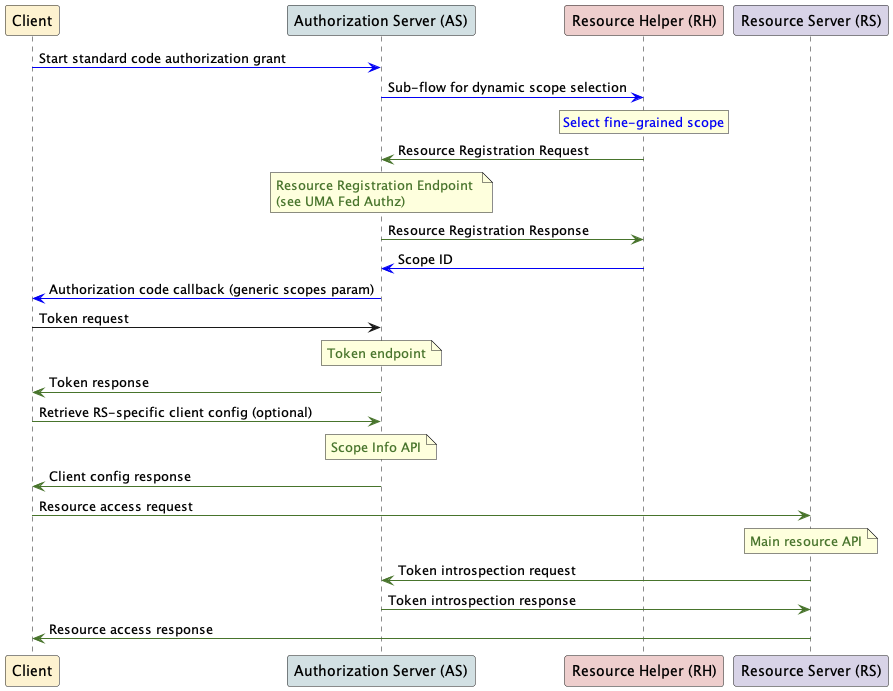
This is phase-2/plantuml/swimlanes.png from SURFnet/surf-token-based-access, a PlantUML export, as it was before one commit.
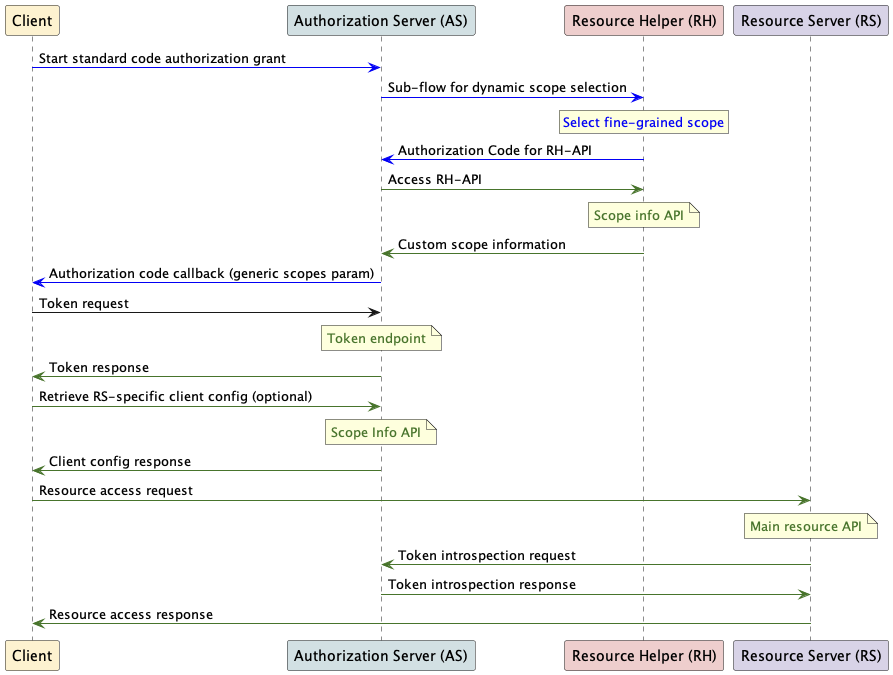
The same file after the commit.

Commit message:
store as swimlanes-poc-3

What changed in the source:
```diff
@@ -8,13 +8,12 @@
 rnote over RH
   <color #0200f5>Select fine-grained scope</color>
 end note
-RH -[#48742c]> AS: Resource Registration Request
-note over AS
-<color #48742c>Resource Registration Endpoint</color>
-<color #48742c>(see UMA Fed Authz)</color>
+RH -[#0200f5]> AS: Authorization Code for RH-API
+AS -[#48742c]> RH: Access RH-API
+note over RH
+  <color #48742c>Scope info API</color>
 end note
-AS -[#48742c]> RH: Resource Registration Response
-RH -[#0200f5]> AS: Scope ID
+RH -[#48742c]> AS: Custom scope information
 AS -[#0200f5]> C: Authorization code callback (generic scopes param)
 C -> AS: Token request
 note over AS
```
